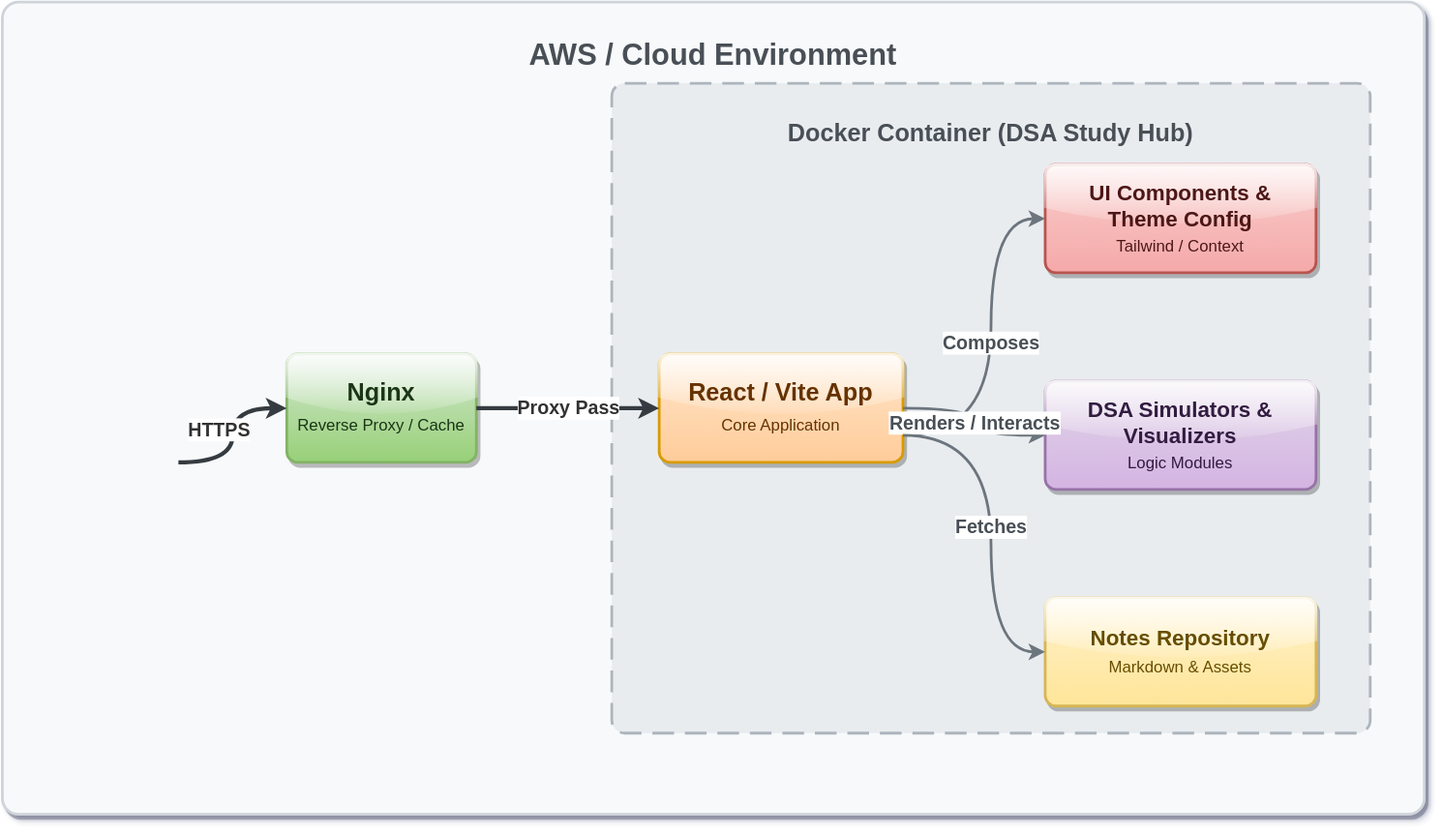
Before: system-architecture.drawio.svg, a diagram exported from draw.io (abhintr2006/DSA). Source tidied: cells renumbered, new cells last; positions are measured from the earlier drawing's top-left corner, leaving out a move shared by most shapes. The source it was exported from:
```xml
<mxGraphModel shadow="1">
  <root>
    <mxCell id="0" />
    <mxCell id="1" parent="0" />
    <mxCell id="2" value="AWS / Cloud Environment" style="rounded=1;whiteSpace=wrap;html=1;fillColor=#f8f9fa;strokeColor=#ced4da;verticalAlign=top;fontStyle=1;spacingTop=20;fontColor=#495057;arcSize=2;shadow=1;strokeWidth=2;fontSize=22;fontFamily=Helvetica;glass=0;" parent="1" vertex="1">
      <mxGeometry width="1050" height="600" as="geometry" />
    </mxCell>
    <mxCell id="3" value="Docker Container (DSA Study Hub)" style="rounded=1;whiteSpace=wrap;html=1;fillColor=#e9ecef;strokeColor=#adb5bd;verticalAlign=top;fontStyle=1;spacingTop=20;fontColor=#495057;arcSize=2;shadow=0;strokeWidth=2;fontSize=18;fontFamily=Helvetica;dashed=1;dashPattern=8 4;" parent="1" vertex="1">
      <mxGeometry x="450" y="60" width="560" height="480" as="geometry" />
    </mxCell>
    <mxCell id="4" value="Nginx&lt;br&gt;&lt;span style=&quot;font-size: 12px; font-weight: normal;&quot;&gt;Reverse Proxy / Cache&lt;/span&gt;" style="rounded=1;whiteSpace=wrap;html=1;fillColor=#d5e8d4;strokeColor=#82b366;gradientColor=#97d077;fontColor=#1a3616;fontStyle=1;fontSize=18;shadow=1;arcSize=10;glass=1;strokeWidth=2;" parent="1" vertex="1">
      <mxGeometry x="210" y="260" width="140" height="80" as="geometry" />
    </mxCell>
    <mxCell id="5" value="React / Vite App&lt;br&gt;&lt;span style=&quot;font-size: 12px; font-weight: normal;&quot;&gt;Core Application&lt;/span&gt;" style="rounded=1;whiteSpace=wrap;html=1;fillColor=#ffe6cc;strokeColor=#d79b00;gradientColor=#ffcc99;fontColor=#663300;fontStyle=1;fontSize=18;shadow=1;arcSize=10;glass=1;strokeWidth=2;" parent="1" vertex="1">
      <mxGeometry x="485" y="260" width="180" height="80" as="geometry" />
    </mxCell>
    <mxCell id="6" value="UI Components &amp;amp;&lt;br&gt;Theme Config&lt;br&gt;&lt;span style=&quot;font-size: 12px; font-weight: normal;&quot;&gt;Tailwind / Context&lt;/span&gt;" style="rounded=1;whiteSpace=wrap;html=1;fillColor=#f8cecc;strokeColor=#b85450;gradientColor=#f5a9a9;fontColor=#4d1919;fontStyle=1;fontSize=16;shadow=1;arcSize=10;glass=1;strokeWidth=2;" parent="1" vertex="1">
      <mxGeometry x="770" y="120" width="200" height="80" as="geometry" />
    </mxCell>
    <mxCell id="7" value="DSA Simulators &amp;amp;&lt;br&gt;Visualizers&lt;br&gt;&lt;span style=&quot;font-size: 12px; font-weight: normal;&quot;&gt;Logic Modules&lt;/span&gt;" style="rounded=1;whiteSpace=wrap;html=1;fillColor=#e1d5e7;strokeColor=#9673a6;gradientColor=#d4b4e3;fontColor=#331a40;fontStyle=1;fontSize=16;shadow=1;arcSize=10;glass=1;strokeWidth=2;" parent="1" vertex="1">
      <mxGeometry x="770" y="280" width="200" height="80" as="geometry" />
    </mxCell>
    <mxCell id="8" value="Notes Repository&lt;br&gt;&lt;span style=&quot;font-size: 12px; font-weight: normal;&quot;&gt;Markdown &amp;amp; Assets&lt;/span&gt;" style="rounded=1;whiteSpace=wrap;html=1;fillColor=#fff2cc;strokeColor=#d6b656;gradientColor=#ffe599;fontColor=#664d00;fontStyle=1;fontSize=16;shadow=1;arcSize=10;glass=1;strokeWidth=2;" parent="1" vertex="1">
      <mxGeometry x="770" y="440" width="200" height="80" as="geometry" />
    </mxCell>
    <mxCell id="9" value="HTTPS" style="edgeStyle=orthogonalEdgeStyle;curved=1;rounded=1;strokeColor=#343a40;strokeWidth=3;html=1;fontFamily=Helvetica;fontSize=14;fontColor=#333333;fontStyle=1;" parent="1" edge="1" target="4">
      <mxGeometry x="0.07" y="10" relative="1" as="geometry">
        <mxPoint x="130" y="340" as="sourcePoint" />
      </mxGeometry>
    </mxCell>
    <mxCell id="10" value="Proxy Pass" style="edgeStyle=orthogonalEdgeStyle;curved=1;rounded=1;strokeColor=#343a40;strokeWidth=3;html=1;fontFamily=Helvetica;fontSize=14;fontColor=#333333;fontStyle=1;" parent="1" edge="1" source="4" target="5">
      <mxGeometry relative="1" as="geometry" />
    </mxCell>
    <mxCell id="11" value="Composes" style="edgeStyle=orthogonalEdgeStyle;curved=1;rounded=1;strokeColor=#6c757d;strokeWidth=2;html=1;fontFamily=Helvetica;fontSize=14;fontColor=#495057;fontStyle=1;" parent="1" edge="1" source="5" target="6">
      <mxGeometry relative="1" as="geometry">
        <Array as="points">
          <mxPoint x="730" y="320" />
          <mxPoint x="730" y="160" />
        </Array>
      </mxGeometry>
    </mxCell>
    <mxCell id="12" value="Renders / Interacts" style="edgeStyle=orthogonalEdgeStyle;curved=1;rounded=1;strokeColor=#6c757d;strokeWidth=2;html=1;fontFamily=Helvetica;fontSize=14;fontColor=#495057;fontStyle=1;" parent="1" edge="1" source="5" target="7">
      <mxGeometry relative="1" as="geometry" />
    </mxCell>
    <mxCell id="13" value="Fetches" style="edgeStyle=orthogonalEdgeStyle;curved=1;rounded=1;strokeColor=#6c757d;strokeWidth=2;html=1;fontFamily=Helvetica;fontSize=14;fontColor=#495057;fontStyle=1;" parent="1" edge="1" source="5" target="8">
      <mxGeometry relative="1" as="geometry">
        <Array as="points">
          <mxPoint x="730" y="320" />
          <mxPoint x="730" y="480" />
        </Array>
      </mxGeometry>
    </mxCell>
  </root>
</mxGraphModel>
```
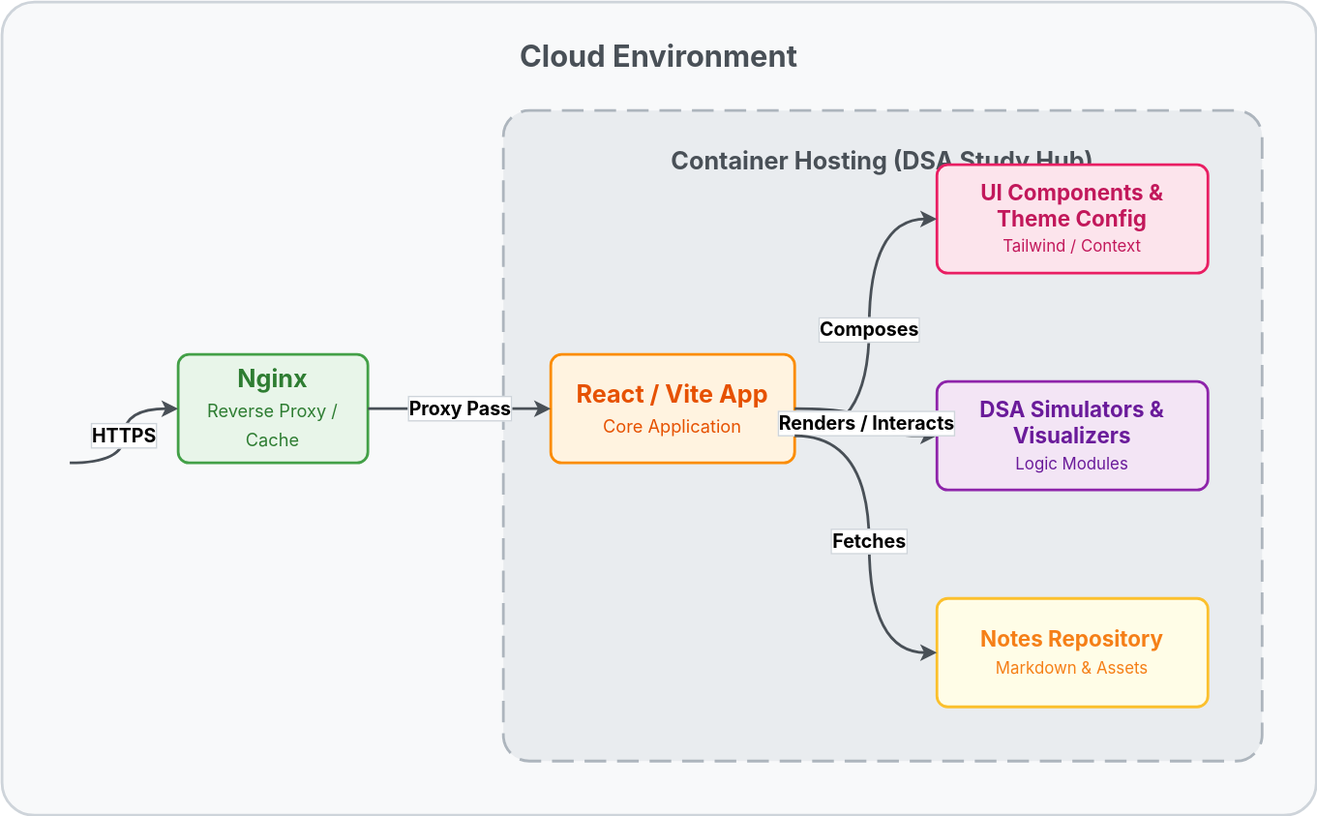
After the change.

What changed in the source:
```diff
@@ -1,52 +1,52 @@
-<mxGraphModel shadow="1">
+<mxGraphModel>
   <root>
     <mxCell id="0" />
     <mxCell id="1" parent="0" />
-    <mxCell id="2" value="AWS / Cloud Environment" style="rounded=1;whiteSpace=wrap;html=1;fillColor=#f8f9fa;strokeColor=#ced4da;verticalAlign=top;fontStyle=1;spacingTop=20;fontColor=#495057;arcSize=2;shadow=1;strokeWidth=2;fontSize=22;fontFamily=Helvetica;glass=0;" parent="1" vertex="1">
-      <mxGeometry width="1050" height="600" as="geometry" />
+    <mxCell id="2" value="Cloud Environment" style="rounded=1;whiteSpace=wrap;html=1;fillColor=#f8f9fa;strokeColor=#ced4da;verticalAlign=top;fontStyle=1;spacingTop=20;fontColor=#495057;arcSize=4;shadow=0;strokeWidth=2;fontSize=22;fontFamily=Inter, Helvetica, sans-serif;" parent="1" vertex="1">
+      <mxGeometry x="80" width="970" height="600" as="geometry" />
     </mxCell>
-    <mxCell id="3" value="Docker Container (DSA Study Hub)" style="rounded=1;whiteSpace=wrap;html=1;fillColor=#e9ecef;strokeColor=#adb5bd;verticalAlign=top;fontStyle=1;spacingTop=20;fontColor=#495057;arcSize=2;shadow=0;strokeWidth=2;fontSize=18;fontFamily=Helvetica;dashed=1;dashPattern=8 4;" parent="1" vertex="1">
-      <mxGeometry x="450" y="60" width="560" height="480" as="geometry" />
+    <mxCell id="3" value="Container Hosting (DSA Study Hub)" style="rounded=1;whiteSpace=wrap;html=1;fillColor=#e9ecef;strokeColor=#adb5bd;verticalAlign=top;fontStyle=1;spacingTop=20;fontColor=#495057;arcSize=4;shadow=0;strokeWidth=2;fontSize=18;fontFamily=Inter, Helvetica, sans-serif;dashed=1;dashPattern=8 4;" parent="1" vertex="1">
+      <mxGeometry x="450" y="80" width="560" height="480" as="geometry" />
     </mxCell>
-    <mxCell id="4" value="Nginx&lt;br&gt;&lt;span style=&quot;font-size: 12px; font-weight: normal;&quot;&gt;Reverse Proxy / Cache&lt;/span&gt;" style="rounded=1;whiteSpace=wrap;html=1;fillColor=#d5e8d4;strokeColor=#82b366;gradientColor=#97d077;fontColor=#1a3616;fontStyle=1;fontSize=18;shadow=1;arcSize=10;glass=1;strokeWidth=2;" parent="1" vertex="1">
+    <mxCell id="4" value="Nginx&lt;br&gt;&lt;span style=&quot;font-size: 13px; font-weight: normal;&quot;&gt;Reverse Proxy / Cache&lt;/span&gt;" style="rounded=1;whiteSpace=wrap;html=1;fillColor=#e8f5e9;strokeColor=#43a047;fontColor=#2e7d32;fontStyle=1;fontSize=18;arcSize=10;strokeWidth=2;fontFamily=Inter, Helvetica, sans-serif;" parent="1" vertex="1">
       <mxGeometry x="210" y="260" width="140" height="80" as="geometry" />
     </mxCell>
-    <mxCell id="5" value="React / Vite App&lt;br&gt;&lt;span style=&quot;font-size: 12px; font-weight: normal;&quot;&gt;Core Application&lt;/span&gt;" style="rounded=1;whiteSpace=wrap;html=1;fillColor=#ffe6cc;strokeColor=#d79b00;gradientColor=#ffcc99;fontColor=#663300;fontStyle=1;fontSize=18;shadow=1;arcSize=10;glass=1;strokeWidth=2;" parent="1" vertex="1">
+    <mxCell id="5" value="React / Vite App&lt;br&gt;&lt;span style=&quot;font-size: 13px; font-weight: normal;&quot;&gt;Core Application&lt;/span&gt;" style="rounded=1;whiteSpace=wrap;html=1;fillColor=#fff3e0;strokeColor=#fb8c00;fontColor=#e65100;fontStyle=1;fontSize=18;arcSize=10;strokeWidth=2;fontFamily=Inter, Helvetica, sans-serif;" parent="1" vertex="1">
       <mxGeometry x="485" y="260" width="180" height="80" as="geometry" />
     </mxCell>
-    <mxCell id="6" value="UI Components &amp;amp;&lt;br&gt;Theme Config&lt;br&gt;&lt;span style=&quot;font-size: 12px; font-weight: normal;&quot;&gt;Tailwind / Context&lt;/span&gt;" style="rounded=1;whiteSpace=wrap;html=1;fillColor=#f8cecc;strokeColor=#b85450;gradientColor=#f5a9a9;fontColor=#4d1919;fontStyle=1;fontSize=16;shadow=1;arcSize=10;glass=1;strokeWidth=2;" parent="1" vertex="1">
+    <mxCell id="6" value="UI Components &amp;amp;&lt;br&gt;Theme Config&lt;br&gt;&lt;span style=&quot;font-size: 12px; font-weight: normal;&quot;&gt;Tailwind / Context&lt;/span&gt;" style="rounded=1;whiteSpace=wrap;html=1;fillColor=#fce4ec;strokeColor=#e91e63;fontColor=#c2185b;fontStyle=1;fontSize=16;arcSize=10;strokeWidth=2;fontFamily=Inter, Helvetica, sans-serif;" parent="1" vertex="1">
       <mxGeometry x="770" y="120" width="200" height="80" as="geometry" />
     </mxCell>
-    <mxCell id="7" value="DSA Simulators &amp;amp;&lt;br&gt;Visualizers&lt;br&gt;&lt;span style=&quot;font-size: 12px; font-weight: normal;&quot;&gt;Logic Modules&lt;/span&gt;" style="rounded=1;whiteSpace=wrap;html=1;fillColor=#e1d5e7;strokeColor=#9673a6;gradientColor=#d4b4e3;fontColor=#331a40;fontStyle=1;fontSize=16;shadow=1;arcSize=10;glass=1;strokeWidth=2;" parent="1" vertex="1">
+    <mxCell id="7" value="DSA Simulators &amp;amp;&lt;br&gt;Visualizers&lt;br&gt;&lt;span style=&quot;font-size: 12px; font-weight: normal;&quot;&gt;Logic Modules&lt;/span&gt;" style="rounded=1;whiteSpace=wrap;html=1;fillColor=#f3e5f5;strokeColor=#8e24aa;fontColor=#6a1b9a;fontStyle=1;fontSize=16;arcSize=10;strokeWidth=2;fontFamily=Inter, Helvetica, sans-serif;" parent="1" vertex="1">
       <mxGeometry x="770" y="280" width="200" height="80" as="geometry" />
     </mxCell>
-    <mxCell id="8" value="Notes Repository&lt;br&gt;&lt;span style=&quot;font-size: 12px; font-weight: normal;&quot;&gt;Markdown &amp;amp; Assets&lt;/span&gt;" style="rounded=1;whiteSpace=wrap;html=1;fillColor=#fff2cc;strokeColor=#d6b656;gradientColor=#ffe599;fontColor=#664d00;fontStyle=1;fontSize=16;shadow=1;arcSize=10;glass=1;strokeWidth=2;" parent="1" vertex="1">
+    <mxCell id="8" value="Notes Repository&lt;br&gt;&lt;span style=&quot;font-size: 12px; font-weight: normal;&quot;&gt;Markdown &amp;amp; Assets&lt;/span&gt;" style="rounded=1;whiteSpace=wrap;html=1;fillColor=#fffde7;strokeColor=#fbc02d;fontColor=#f57f17;fontStyle=1;fontSize=16;arcSize=10;strokeWidth=2;fontFamily=Inter, Helvetica, sans-serif;" parent="1" vertex="1">
       <mxGeometry x="770" y="440" width="200" height="80" as="geometry" />
     </mxCell>
-    <mxCell id="9" value="HTTPS" style="edgeStyle=orthogonalEdgeStyle;curved=1;rounded=1;strokeColor=#343a40;strokeWidth=3;html=1;fontFamily=Helvetica;fontSize=14;fontColor=#333333;fontStyle=1;" parent="1" edge="1" target="4">
-      <mxGeometry x="0.07" y="10" relative="1" as="geometry">
+    <mxCell id="9" value="HTTPS" style="edgeStyle=orthogonalEdgeStyle;curved=1;rounded=1;strokeColor=#495057;strokeWidth=2;html=1;fontFamily=Inter, Helvetica, sans-serif;fontSize=14;fontColor=#000000;fontStyle=1;labelBackgroundColor=#ffffff;labelBorderColor=#ced4da;" parent="1" edge="1" target="4">
+      <mxGeometry relative="1" as="geometry">
         <mxPoint x="130" y="340" as="sourcePoint" />
       </mxGeometry>
     </mxCell>
-    <mxCell id="10" value="Proxy Pass" style="edgeStyle=orthogonalEdgeStyle;curved=1;rounded=1;strokeColor=#343a40;strokeWidth=3;html=1;fontFamily=Helvetica;fontSize=14;fontColor=#333333;fontStyle=1;" parent="1" edge="1" source="4" target="5">
+    <mxCell id="10" value="Proxy Pass" style="edgeStyle=orthogonalEdgeStyle;curved=1;rounded=1;strokeColor=#495057;strokeWidth=2;html=1;fontFamily=Inter, Helvetica, sans-serif;fontSize=14;fontColor=#000000;fontStyle=1;labelBackgroundColor=#ffffff;labelBorderColor=#ced4da;" parent="1" edge="1" source="4" target="5">
       <mxGeometry relative="1" as="geometry" />
     </mxCell>
-    <mxCell id="11" value="Composes" style="edgeStyle=orthogonalEdgeStyle;curved=1;rounded=1;strokeColor=#6c757d;strokeWidth=2;html=1;fontFamily=Helvetica;fontSize=14;fontColor=#495057;fontStyle=1;" parent="1" edge="1" source="5" target="6">
+    <mxCell id="11" value="Composes" style="edgeStyle=orthogonalEdgeStyle;curved=1;rounded=1;strokeColor=#495057;strokeWidth=2;html=1;fontFamily=Inter, Helvetica, sans-serif;fontSize=14;fontColor=#000000;fontStyle=1;labelBackgroundColor=#ffffff;labelBorderColor=#ced4da;" parent="1" edge="1" source="5" target="6">
       <mxGeometry relative="1" as="geometry">
         <Array as="points">
-          <mxPoint x="730" y="320" />
-          <mxPoint x="730" y="160" />
+          <mxPoint x="720" y="320" />
+          <mxPoint x="720" y="160" />
         </Array>
       </mxGeometry>
     </mxCell>
-    <mxCell id="12" value="Renders / Interacts" style="edgeStyle=orthogonalEdgeStyle;curved=1;rounded=1;strokeColor=#6c757d;strokeWidth=2;html=1;fontFamily=Helvetica;fontSize=14;fontColor=#495057;fontStyle=1;" parent="1" edge="1" source="5" target="7">
+    <mxCell id="12" value="Renders / Interacts" style="edgeStyle=orthogonalEdgeStyle;curved=1;rounded=1;strokeColor=#495057;strokeWidth=2;html=1;fontFamily=Inter, Helvetica, sans-serif;fontSize=14;fontColor=#000000;fontStyle=1;labelBackgroundColor=#ffffff;labelBorderColor=#ced4da;" parent="1" edge="1" source="5" target="7">
       <mxGeometry relative="1" as="geometry" />
     </mxCell>
-    <mxCell id="13" value="Fetches" style="edgeStyle=orthogonalEdgeStyle;curved=1;rounded=1;strokeColor=#6c757d;strokeWidth=2;html=1;fontFamily=Helvetica;fontSize=14;fontColor=#495057;fontStyle=1;" parent="1" edge="1" source="5" target="8">
+    <mxCell id="13" value="Fetches" style="edgeStyle=orthogonalEdgeStyle;curved=1;rounded=1;strokeColor=#495057;strokeWidth=2;html=1;fontFamily=Inter, Helvetica, sans-serif;fontSize=14;fontColor=#000000;fontStyle=1;labelBackgroundColor=#ffffff;labelBorderColor=#ced4da;" parent="1" edge="1" source="5" target="8">
       <mxGeometry relative="1" as="geometry">
         <Array as="points">
-          <mxPoint x="730" y="320" />
-          <mxPoint x="730" y="480" />
+          <mxPoint x="720" y="320" />
+          <mxPoint x="720" y="480" />
         </Array>
       </mxGeometry>
     </mxCell>
```
